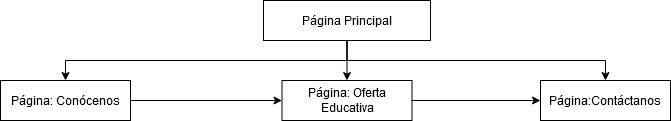
The draw.io diagram MapaNavegacion.png in danielNYR/ProjectSchool, before a commit. Source tidied: cells renumbered, new cells last; positions are measured from the earlier drawing's top-left corner, leaving out a move shared by most shapes. Its diagram source:
```xml
<mxGraphModel>
  <root>
    <mxCell id="0" />
    <mxCell id="1" parent="0" />
    <mxCell id="2" style="edgeStyle=orthogonalEdgeStyle;rounded=0;jettySize=auto;html=1;entryX=0.5;entryY=0;entryDx=0;entryDy=0;" parent="1" edge="1" source="5" target="7">
      <mxGeometry relative="1" as="geometry">
        <Array as="points">
          <mxPoint x="347" y="60" />
          <mxPoint x="65" y="60" />
        </Array>
      </mxGeometry>
    </mxCell>
    <mxCell id="3" style="edgeStyle=orthogonalEdgeStyle;rounded=0;jettySize=auto;html=1;entryX=0.5;entryY=0;entryDx=0;entryDy=0;" parent="1" edge="1" source="5" target="9">
      <mxGeometry relative="1" as="geometry" />
    </mxCell>
    <mxCell id="4" style="edgeStyle=orthogonalEdgeStyle;rounded=0;jettySize=auto;html=1;entryX=0.5;entryY=0;entryDx=0;entryDy=0;" parent="1" edge="1" source="5" target="10">
      <mxGeometry relative="1" as="geometry">
        <Array as="points">
          <mxPoint x="347" y="60" />
          <mxPoint x="605" y="60" />
        </Array>
      </mxGeometry>
    </mxCell>
    <mxCell id="5" value="Página Principal" style="rounded=0;whiteSpace=wrap;html=1;" parent="1" vertex="1">
      <mxGeometry x="263" width="167" height="40" as="geometry" />
    </mxCell>
    <mxCell id="6" style="edgeStyle=orthogonalEdgeStyle;rounded=0;jettySize=auto;html=1;entryX=0;entryY=0.5;entryDx=0;entryDy=0;" parent="1" edge="1" source="7" target="9">
      <mxGeometry relative="1" as="geometry" />
    </mxCell>
    <mxCell id="7" value="Página: Conócenos" style="whiteSpace=wrap;html=1;rounded=0;" parent="1" vertex="1">
      <mxGeometry y="80" width="130" height="40" as="geometry" />
    </mxCell>
    <mxCell id="8" style="edgeStyle=orthogonalEdgeStyle;rounded=0;jettySize=auto;html=1;" parent="1" edge="1" source="9" target="10">
      <mxGeometry relative="1" as="geometry" />
    </mxCell>
    <mxCell id="9" value="Página: Oferta Educativa" style="whiteSpace=wrap;html=1;rounded=0;" parent="1" vertex="1">
      <mxGeometry x="281.5" y="80" width="130" height="40" as="geometry" />
    </mxCell>
    <mxCell id="10" value="Página:Contáctanos" style="whiteSpace=wrap;html=1;rounded=0;" parent="1" vertex="1">
      <mxGeometry x="540" y="80" width="130" height="40" as="geometry" />
    </mxCell>
  </root>
</mxGraphModel>
```
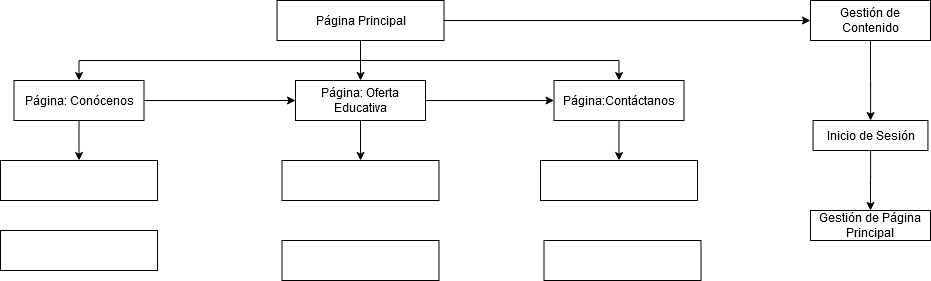
The same file after the commit.

Diff of the diagram source:
```diff
@@ -13,31 +13,82 @@
     <mxCell id="3" style="edgeStyle=orthogonalEdgeStyle;rounded=0;jettySize=auto;html=1;entryX=0.5;entryY=0;entryDx=0;entryDy=0;" parent="1" edge="1" source="5" target="9">
       <mxGeometry relative="1" as="geometry" />
     </mxCell>
-    <mxCell id="4" style="edgeStyle=orthogonalEdgeStyle;rounded=0;jettySize=auto;html=1;entryX=0.5;entryY=0;entryDx=0;entryDy=0;" parent="1" edge="1" source="5" target="10">
+    <mxCell id="4" style="edgeStyle=orthogonalEdgeStyle;rounded=0;jettySize=auto;html=1;entryX=0.5;entryY=0;entryDx=0;entryDy=0;" parent="1" edge="1" source="5">
       <mxGeometry relative="1" as="geometry">
+        <mxPoint x="605" y="80" as="targetPoint" />
         <Array as="points">
           <mxPoint x="347" y="60" />
           <mxPoint x="605" y="60" />
         </Array>
       </mxGeometry>
     </mxCell>
+    <mxCell id="11" style="edgeStyle=orthogonalEdgeStyle;rounded=0;jettySize=auto;html=1;entryX=0;entryY=0.5;entryDx=0;entryDy=0;" parent="1" edge="1" source="5" target="22">
+      <mxGeometry relative="1" as="geometry" />
+    </mxCell>
     <mxCell id="5" value="Página Principal" style="rounded=0;whiteSpace=wrap;html=1;" parent="1" vertex="1">
       <mxGeometry x="263" width="167" height="40" as="geometry" />
     </mxCell>
     <mxCell id="6" style="edgeStyle=orthogonalEdgeStyle;rounded=0;jettySize=auto;html=1;entryX=0;entryY=0.5;entryDx=0;entryDy=0;" parent="1" edge="1" source="7" target="9">
       <mxGeometry relative="1" as="geometry" />
     </mxCell>
+    <mxCell id="12" style="edgeStyle=orthogonalEdgeStyle;rounded=0;jettySize=auto;html=1;entryX=0.5;entryY=0;entryDx=0;entryDy=0;" parent="1" edge="1" source="7" target="15">
+      <mxGeometry relative="1" as="geometry" />
+    </mxCell>
     <mxCell id="7" value="Página: Conócenos" style="whiteSpace=wrap;html=1;rounded=0;" parent="1" vertex="1">
       <mxGeometry y="80" width="130" height="40" as="geometry" />
     </mxCell>
-    <mxCell id="8" style="edgeStyle=orthogonalEdgeStyle;rounded=0;jettySize=auto;html=1;" parent="1" edge="1" source="9" target="10">
+    <mxCell id="8" style="edgeStyle=orthogonalEdgeStyle;rounded=0;jettySize=auto;html=1;entryX=0;entryY=0.5;entryDx=0;entryDy=0;" parent="1" edge="1" source="9" target="10">
       <mxGeometry relative="1" as="geometry" />
     </mxCell>
+    <mxCell id="13" style="edgeStyle=orthogonalEdgeStyle;rounded=0;jettySize=auto;html=1;" parent="1" edge="1" source="9">
+      <mxGeometry relative="1" as="geometry">
+        <mxPoint x="346.5" y="160" as="targetPoint" />
+      </mxGeometry>
+    </mxCell>
     <mxCell id="9" value="Página: Oferta Educativa" style="whiteSpace=wrap;html=1;rounded=0;" parent="1" vertex="1">
       <mxGeometry x="281.5" y="80" width="130" height="40" as="geometry" />
     </mxCell>
+    <mxCell id="14" style="edgeStyle=orthogonalEdgeStyle;rounded=0;orthogonalLoop=1;jettySize=auto;html=1;" parent="1" edge="1">
+      <mxGeometry relative="1" as="geometry">
+        <mxPoint x="605" y="120" as="sourcePoint" />
+        <mxPoint x="605" y="160" as="targetPoint" />
+      </mxGeometry>
+    </mxCell>
     <mxCell id="10" value="Página:Contáctanos" style="whiteSpace=wrap;html=1;rounded=0;" parent="1" vertex="1">
       <mxGeometry x="540" y="80" width="130" height="40" as="geometry" />
     </mxCell>
+    <mxCell id="15" style="rounded=0;whiteSpace=wrap;html=1;" parent="1" vertex="1">
+      <mxGeometry x="-13.5" y="160" width="157" height="40" as="geometry" />
+    </mxCell>
+    <mxCell id="16" style="rounded=0;whiteSpace=wrap;html=1;" parent="1" vertex="1">
+      <mxGeometry x="268" y="160" width="157" height="40" as="geometry" />
+    </mxCell>
+    <mxCell id="17" style="rounded=0;whiteSpace=wrap;html=1;" parent="1" vertex="1">
+      <mxGeometry x="526.5" y="160" width="157" height="40" as="geometry" />
+    </mxCell>
+    <mxCell id="18" style="rounded=0;whiteSpace=wrap;html=1;" parent="1" vertex="1">
+      <mxGeometry x="-13.5" y="230" width="157" height="40" as="geometry" />
+    </mxCell>
+    <mxCell id="19" style="rounded=0;whiteSpace=wrap;html=1;" parent="1" vertex="1">
+      <mxGeometry x="268" y="240" width="157" height="40" as="geometry" />
+    </mxCell>
+    <mxCell id="20" style="rounded=0;whiteSpace=wrap;html=1;" parent="1" vertex="1">
+      <mxGeometry x="530" y="240" width="157" height="40" as="geometry" />
+    </mxCell>
+    <mxCell id="21" style="edgeStyle=orthogonalEdgeStyle;rounded=0;jettySize=auto;html=1;" parent="1" edge="1" source="22" target="24">
+      <mxGeometry relative="1" as="geometry" />
+    </mxCell>
+    <mxCell id="22" value="Gestión de Contenido" style="rounded=0;whiteSpace=wrap;html=1;" parent="1" vertex="1">
+      <mxGeometry x="796.5" width="120" height="40" as="geometry" />
+    </mxCell>
+    <mxCell id="23" style="edgeStyle=orthogonalEdgeStyle;rounded=0;jettySize=auto;html=1;entryX=0.5;entryY=0;entryDx=0;entryDy=0;" parent="1" edge="1" source="24" target="25">
+      <mxGeometry relative="1" as="geometry" />
+    </mxCell>
+    <mxCell id="24" value="Inicio de Sesión" style="rounded=0;whiteSpace=wrap;html=1;" parent="1" vertex="1">
+      <mxGeometry x="799.1" y="120" width="114.9" height="30" as="geometry" />
+    </mxCell>
+    <mxCell id="25" value="Gestión de Página Principal" style="rounded=0;whiteSpace=wrap;html=1;" parent="1" vertex="1">
+      <mxGeometry x="796.5" y="210" width="120" height="30" as="geometry" />
+    </mxCell>
   </root>
 </mxGraphModel>
```
